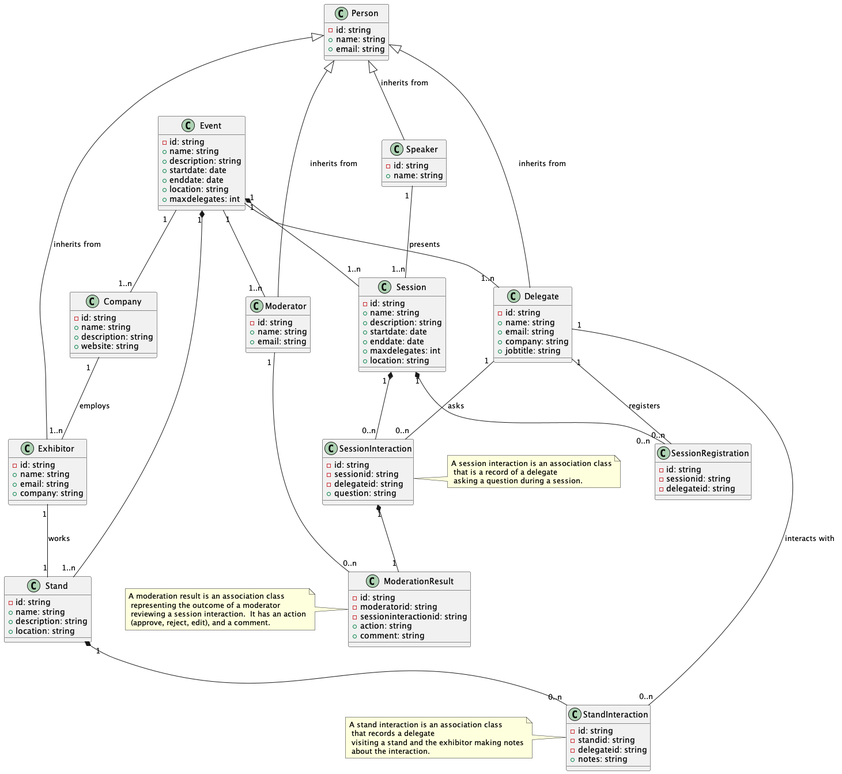
Above: out/BookMeIn2-ClassDiagram/BookMeIn2_ClassDiagram.png in CSC-40084-Group-7/BMI2-UML (PlantUML), before the change. Its diagram source:
```plantuml
@startuml BookMeIn2_ClassDiagram



class "Event" as event {
    - id: string
    + name: string
    + description: string
    + startdate: date
    + enddate: date
    + location: string
    + maxdelegates: int
}

class "Person" as person {
    - id: string
    + name: string
    + email: string
}

class "Delegate" as delegate {
    - id: string
    + name: string
    + email: string
    + company: string
    + jobtitle: string
}

class "Exhibitor" as exhibitor {
    - id: string
    + name: string
    + email: string
    + company: string
}

class "Moderator" as moderator {
    - id: string
    + name: string
    + email: string
}

class "Session" as session {
    - id: string
    + name: string
    + description: string
    + startdate: date
    + enddate: date
    + maxdelegates: int
    + location: string
}

class "Speaker" as speaker {
    - id: string
    + name: string
}

class "Stand" as stand {
    - id: string
    + name: string
    + description: string
    + location: string
}

class "Company" as company {
    - id: string
    + name: string
    + description: string
    + website: string
}

class "SessionRegistration" as sessionregistration {
    - id: string
    - sessionid: string
    - delegateid: string
}

class "StandInteraction" as standinteraction {
    - id: string
    - standid: string
    - delegateid: string
    + notes: string
}

class "SessionInteraction" as sessioninteraction {
    - id: string
    - sessionid: string
    - delegateid: string
    + question: string
}

class "ModerationResult" as moderationresult {
    - id: string
    - moderatorid: string
    - sessioninteractionid: string
    + action: string
    + comment: string
}


event "1" -- "1..n" delegate
event "1" -- "1..n" moderator
event "1" -- "1..n" company

delegate "1" -- "0..n" standinteraction : interacts with
delegate "1" -- "0..n" sessioninteraction : asks
delegate "1" -- "0..n" sessionregistration : registers

exhibitor "1" -- "1" stand : works

company "1" -- "1..n" exhibitor : employs

moderator "1" -- "0..n" moderationresult

speaker "1" -- "1..n" session : presents



person <|-- delegate : inherits from
person <|-- exhibitor : inherits from
person <|-- moderator : inherits from
person <|-- speaker : inherits from


event "1" *-- "1..n" session
event "1" *-- "1..n" stand


session "1" *-- "0..n" sessioninteraction
session "1" *-- "0..n" sessionregistration
stand "1" *-- "0..n" standinteraction
sessioninteraction "1" *-- "1" moderationresult


note left of moderationresult : A moderation result is an association class\n representing the outcome of a moderator\n reviewing a session interaction.  It has an action\n (approve, reject, edit), and a comment.
note left of standinteraction : A stand interaction is an association class\n that records a delegate\n visiting a stand and the exhibitor making notes\n about the interaction.
note right of sessioninteraction : A session interaction is an association class\n that is a record of a delegate\n asking a question during a session.

@enduml
```
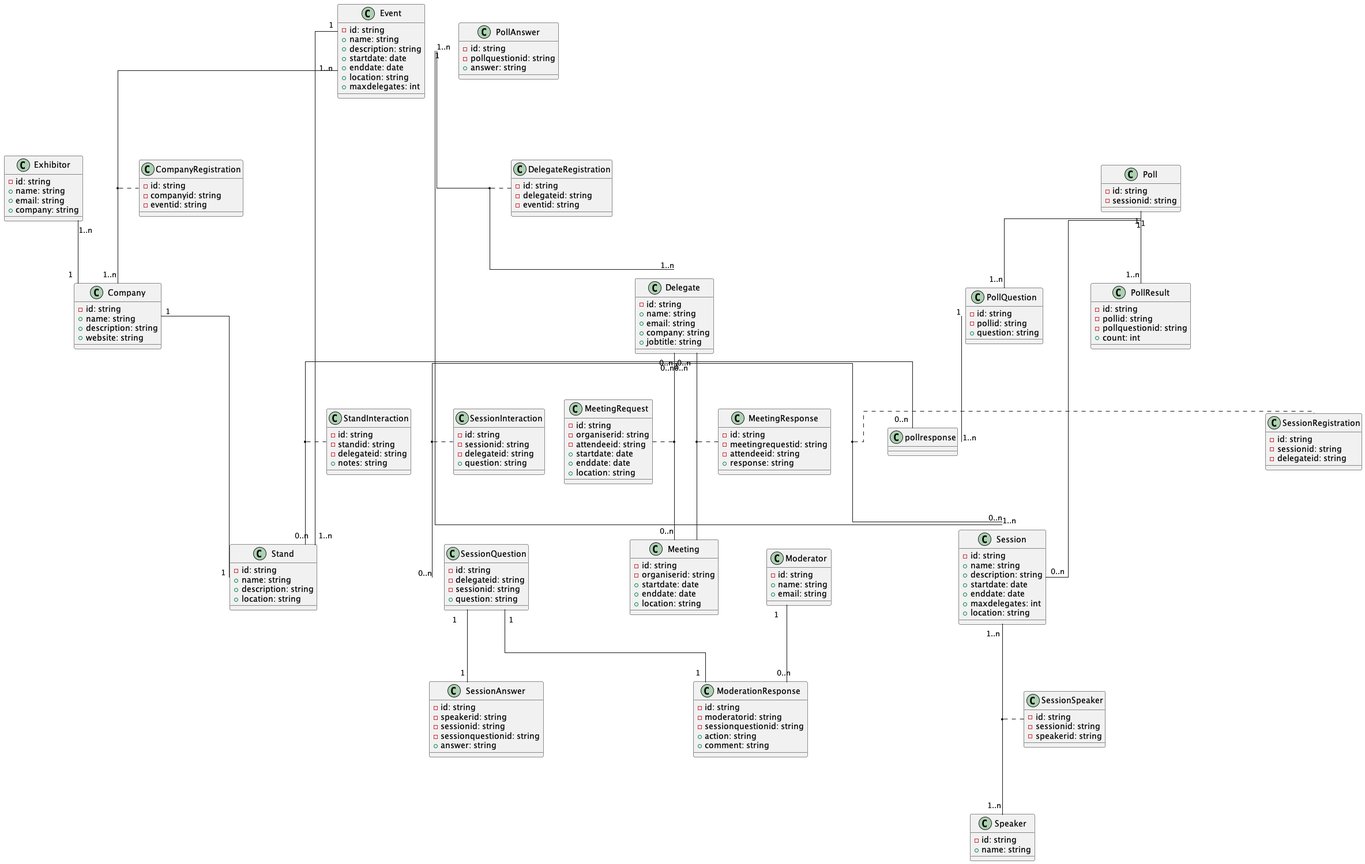
After the change.

Change to the diagram source:
```diff
@@ -1,4 +1,6 @@
 @startuml BookMeIn2_ClassDiagram
+
+skinparam linetype ortho
 
 
 
@@ -10,12 +12,6 @@
     + enddate: date
     + location: string
     + maxdelegates: int
-}
-
-class "Person" as person {
-    - id: string
-    + name: string
-    + email: string
 }
 
 class "Delegate" as delegate {
@@ -88,51 +84,141 @@
     + question: string
 }
 
-class "ModerationResult" as moderationresult {
+class "DelegateRegistration" as delegateregistration {
+    - id: string
+    - delegateid: string
+    - eventid: string
+}
+
+class "CompanyRegistration" as companyregistration {
+    - id: string
+    - companyid: string
+    - eventid: string
+}
+
+class "SessionSpeaker" as sessionspeaker {
+    - id: string
+    - sessionid: string
+    - speakerid: string
+}
+
+class "SessionQuestion" as sessionquestion {
+    - id: string
+    - delegateid: string
+    - sessionid: string
+    + question: string
+}
+
+class "SessionAnswer" as sessionanswer {
+    - id: string
+    - speakerid: string
+    - sessionid: string
+    - sessionquestionid: string
+    + answer: string
+}
+
+class "ModerationResponse" as moderationresponse {
     - id: string
     - moderatorid: string
-    - sessioninteractionid: string
+    - sessionquestionid: string
     + action: string
     + comment: string
 }
 
+class "Meeting" as meeting {
+    - id: string
+    - organiserid: string
+    + startdate: date
+    + enddate: date
+    + location: string
+}
 
-event "1" -- "1..n" delegate
-event "1" -- "1..n" moderator
-event "1" -- "1..n" company
+class "MeetingRequest" as meetingrequest {
+    - id: string
+    - organiserid: string
+    - attendeeid: string
+    + startdate: date
+    + enddate: date
+    + location: string
+}
 
-delegate "1" -- "0..n" standinteraction : interacts with
-delegate "1" -- "0..n" sessioninteraction : asks
-delegate "1" -- "0..n" sessionregistration : registers
+class "MeetingResponse" as meetingresponse {
+    - id: string
+    - meetingrequestid: string
+    - attendeeid: string
+    + response: string
+}
 
-exhibitor "1" -- "1" stand : works
+class "Poll" as poll {
+    - id: string
+    - sessionid: string
+}
 
-company "1" -- "1..n" exhibitor : employs
+class "PollQuestion" as pollquestion {
+    - id: string
+    - pollid: string
+    + question: string
+}
 
-moderator "1" -- "0..n" moderationresult
+class "PollAnswer" as pollanswer {
+    - id: string
+    - pollquestionid: string
+    + answer: string
+}
 
-speaker "1" -- "1..n" session : presents
+class "PollResult" as pollresult {
+    - id: string
+    - pollid: string
+    - pollquestionid: string
+    + count: int
+}
+
+
+event "1..n" -- "1..n" delegate
+(event, delegate) .. delegateregistration
+
+event "1..n" -- "1..n" company
+(event, company) .. companyregistration
+company "1" -- "1" stand
+event "1" -- "1..n" stand
+exhibitor "1..n" -- "1" company
+
+event "1" -- "1..n" session
+session "1..n" -- "1..n" speaker
+(session, speaker) .. sessionspeaker
+delegate "0..n" -- "0..n" session
+(delegate, session) .. sessionregistration
+
+delegate "0..n" -- "0..n" sessionquestion
+(delegate, sessionquestion) .. sessioninteraction
+moderator "1" -- "0..n" moderationresponse
+sessionquestion "1" -- "1" moderationresponse
+sessionquestion "1" -- "1" sessionanswer
+
+delegate "0..n" -- "0..n" stand
+(delegate, stand) .. standinteraction
+
+delegate "0..n" -- "0..n" meeting
+(delegate, meeting) .. meetingrequest
+(delegate, meeting) .. meetingresponse
+
+poll "1" -- "0..n" session
+poll "1" -- "1..n" pollquestion
+pollquestion "1" -- "1..n" pollresponse
+delegate "1" -- "0..n" pollresponse
+poll "1" -- "1..n" pollresult
 
 
 
-person <|-- delegate : inherits from
-person <|-- exhibitor : inherits from
-person <|-- moderator : inherits from
-person <|-- speaker : inherits from
 
 
-event "1" *-- "1..n" session
-event "1" *-- "1..n" stand
 
 
-session "1" *-- "0..n" sessioninteraction
-session "1" *-- "0..n" sessionregistration
-stand "1" *-- "0..n" standinteraction
-sessioninteraction "1" *-- "1" moderationresult
 
 
-note left of moderationresult : A moderation result is an association class\n representing the outcome of a moderator\n reviewing a session interaction.  It has an action\n (approve, reject, edit), and a comment.
-note left of standinteraction : A stand interaction is an association class\n that records a delegate\n visiting a stand and the exhibitor making notes\n about the interaction.
-note right of sessioninteraction : A session interaction is an association class\n that is a record of a delegate\n asking a question during a session.
+
+
+
+
 
 @enduml
```
